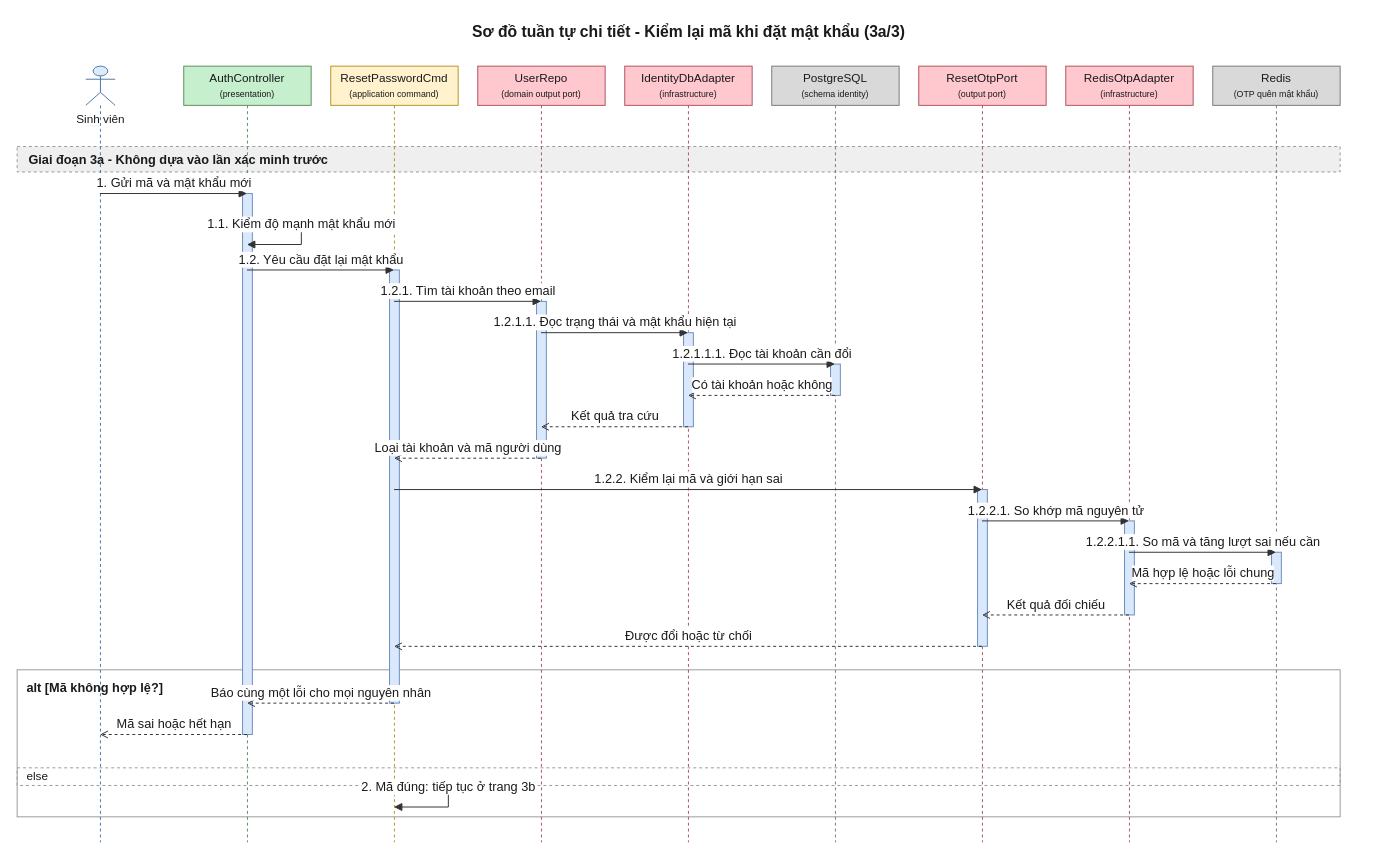
daiphu1801/PRJ_ALGOPREP keeps this draw.io diagram as 08-diagram/sequence/user/sequence_user_quen_mat_khau_otp_p3.drawio. Above is the earlier version. Source tidied: cells renumbered, new cells numbered last; positions are measured from the earlier drawing's top-left corner, leaving out a move shared by most shapes. Both pictures are drawn from the tidied source at 98%, with x=0, y=0 at pixel (17, 17).
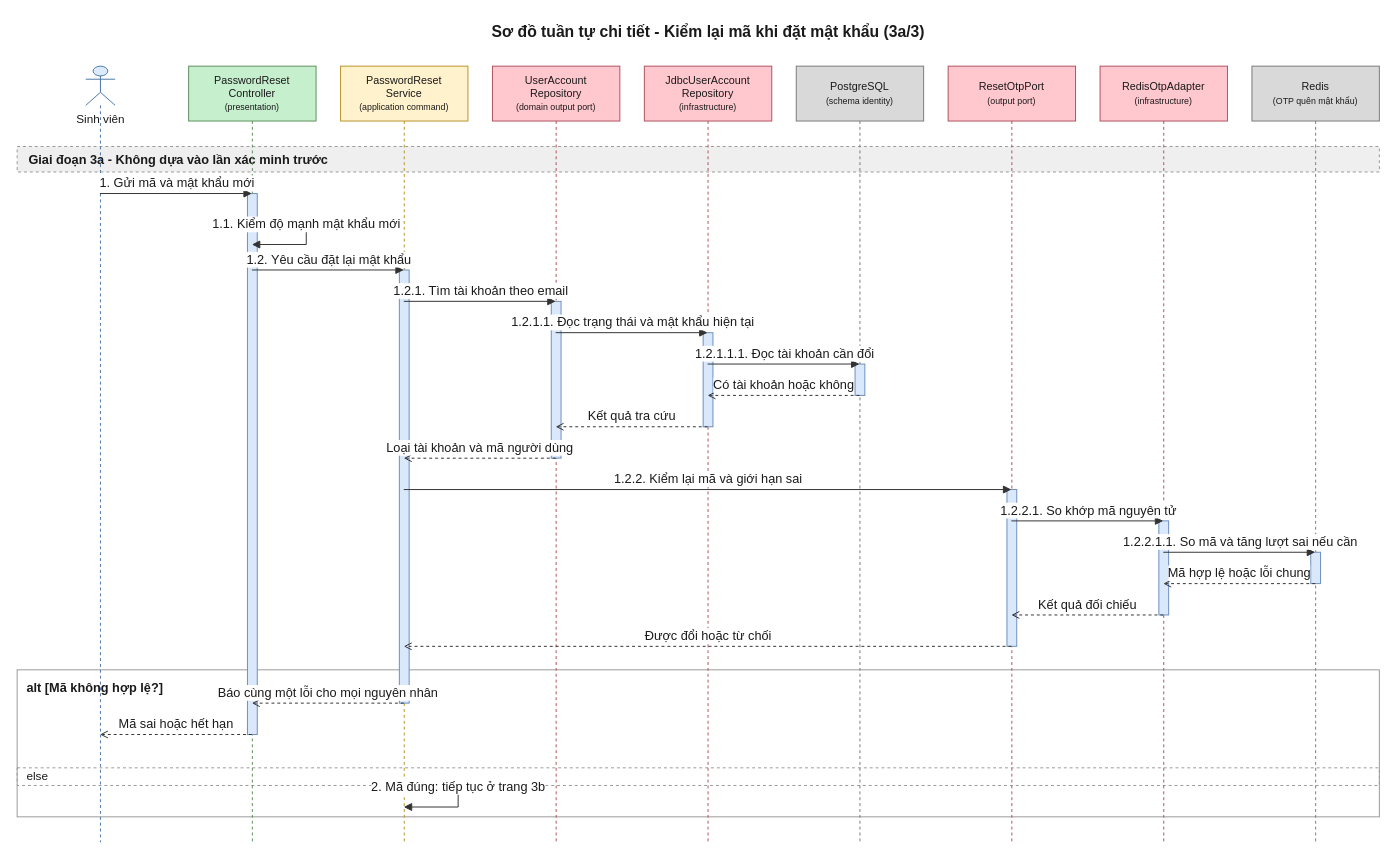
Above is the later version.

Change to the diagram source:
```diff
@@
     <mxCell id="2" value="Sơ đồ tuần tự chi tiết - Kiểm lại mã khi đặt mật khẩu (3a/3)" style="text;html=1;fontSize=16;fontStyle=1;align=center;verticalAlign=middle;fontColor=#1A1A1A;" parent="1" vertex="1">
-      <mxGeometry x="20" width="1330" height="30" as="geometry" />
+      <mxGeometry x="20" width="1370" height="30" as="geometry" />
     </mxCell>
     <mxCell id="3" value="alt [Mã không hợp lệ?]" style="algoprep=alt;rounded=0;whiteSpace=wrap;html=1;fillColor=none;strokeColor=#999999;verticalAlign=top;align=left;spacingLeft=8;spacingTop=4;fontColor=#1A1A1A;fontSize=13;fontStyle=1;dashed=0;" parent="1" vertex="1">
-      <mxGeometry y="666" width="1350" height="150" as="geometry" />
+      <mxGeometry y="666" width="1390" height="150" as="geometry" />
     </mxCell>
     <mxCell id="4" value="else" style="text;html=1;dashed=1;strokeColor=#999999;fillColor=none;align=left;verticalAlign=middle;spacingLeft=8;fontColor=#1A1A1A;fontSize=12;" parent="1" vertex="1">
-      <mxGeometry y="766" width="1350" height="18" as="geometry" />
+      <mxGeometry y="766" width="1390" height="18" as="geometry" />
     </mxCell>
     <mxCell id="5" value="Giai đoạn 3a - Không dựa vào lần xác minh trước" style="algoprep=phase;rounded=0;whiteSpace=wrap;html=1;fillColor=#EFEFEF;strokeColor=#999999;dashed=1;align=left;verticalAlign=middle;spacingLeft=10;fontColor=#1A1A1A;fontSize=13;fontStyle=1;" parent="1" vertex="1">
-      <mxGeometry y="132" width="1350" height="26" as="geometry" />
+      <mxGeometry y="132" width="1390" height="26" as="geometry" />
     </mxCell>
@@
-    <mxCell id="7" value="AuthController&lt;br&gt;&lt;font style=&quot;font-size:9px&quot;&gt;(presentation)&lt;/font&gt;" style="shape=umlLifeline;perimeter=lifelinePerimeter;whiteSpace=wrap;html=1;outlineConnect=0;size=40;fillColor=#C6EFCE;strokeColor=#5E8E5E;fontColor=#1A1A1A;" parent="1" vertex="1">
-      <mxGeometry x="170" y="50" width="130" height="792" as="geometry" />
+    <mxCell id="7" value="PasswordReset&lt;br&gt;Controller&lt;br&gt;&lt;font style=&quot;font-size:9px&quot;&gt;(presentation)&lt;/font&gt;" style="shape=umlLifeline;perimeter=lifelinePerimeter;whiteSpace=wrap;html=1;outlineConnect=0;size=56;fontSize=11;fillColor=#C6EFCE;strokeColor=#5E8E5E;fontColor=#1A1A1A;" parent="1" vertex="1">
+      <mxGeometry x="175" y="50" width="130" height="792" as="geometry" />
     </mxCell>
-    <mxCell id="8" value="ResetPasswordCmd&lt;br&gt;&lt;font style=&quot;font-size:9px&quot;&gt;(application command)&lt;/font&gt;" style="shape=umlLifeline;perimeter=lifelinePerimeter;whiteSpace=wrap;html=1;outlineConnect=0;size=40;fillColor=#FFF2CC;strokeColor=#B8952A;fontColor=#1A1A1A;" parent="1" vertex="1">
-      <mxGeometry x="320" y="50" width="130" height="792" as="geometry" />
+    <mxCell id="8" value="PasswordReset&lt;br&gt;Service&lt;br&gt;&lt;font style=&quot;font-size:9px&quot;&gt;(application command)&lt;/font&gt;" style="shape=umlLifeline;perimeter=lifelinePerimeter;whiteSpace=wrap;html=1;outlineConnect=0;size=56;fontSize=11;fillColor=#FFF2CC;strokeColor=#B8952A;fontColor=#1A1A1A;" parent="1" vertex="1">
+      <mxGeometry x="330" y="50" width="130" height="792" as="geometry" />
     </mxCell>
-    <mxCell id="9" value="UserRepo&lt;br&gt;&lt;font style=&quot;font-size:9px&quot;&gt;(domain output port)&lt;/font&gt;" style="shape=umlLifeline;perimeter=lifelinePerimeter;whiteSpace=wrap;html=1;outlineConnect=0;size=40;fillColor=#FFC7CE;strokeColor=#B0525E;fontColor=#1A1A1A;" parent="1" vertex="1">
-      <mxGeometry x="470" y="50" width="130" height="792" as="geometry" />
+    <mxCell id="9" value="UserAccount&lt;br&gt;Repository&lt;br&gt;&lt;font style=&quot;font-size:9px&quot;&gt;(domain output port)&lt;/font&gt;" style="shape=umlLifeline;perimeter=lifelinePerimeter;whiteSpace=wrap;html=1;outlineConnect=0;size=56;fontSize=11;fillColor=#FFC7CE;strokeColor=#B0525E;fontColor=#1A1A1A;" parent="1" vertex="1">
+      <mxGeometry x="485" y="50" width="130" height="792" as="geometry" />
     </mxCell>
-    <mxCell id="10" value="IdentityDbAdapter&lt;br&gt;&lt;font style=&quot;font-size:9px&quot;&gt;(infrastructure)&lt;/font&gt;" style="shape=umlLifeline;perimeter=lifelinePerimeter;whiteSpace=wrap;html=1;outlineConnect=0;size=40;fillColor=#FFC7CE;strokeColor=#B0525E;fontColor=#1A1A1A;" parent="1" vertex="1">
-      <mxGeometry x="620" y="50" width="130" height="792" as="geometry" />
+    <mxCell id="10" value="JdbcUserAccount&lt;br&gt;Repository&lt;br&gt;&lt;font style=&quot;font-size:9px&quot;&gt;(infrastructure)&lt;/font&gt;" style="shape=umlLifeline;perimeter=lifelinePerimeter;whiteSpace=wrap;html=1;outlineConnect=0;size=56;fontSize=11;fillColor=#FFC7CE;strokeColor=#B0525E;fontColor=#1A1A1A;" parent="1" vertex="1">
+      <mxGeometry x="640" y="50" width="130" height="792" as="geometry" />
     </mxCell>
-    <mxCell id="11" value="PostgreSQL&lt;br&gt;&lt;font style=&quot;font-size:9px&quot;&gt;(schema identity)&lt;/font&gt;" style="shape=umlLifeline;perimeter=lifelinePerimeter;whiteSpace=wrap;html=1;outlineConnect=0;size=40;fillColor=#D9D9D9;strokeColor=#7A7A7A;fontColor=#1A1A1A;" parent="1" vertex="1">
-      <mxGeometry x="770" y="50" width="130" height="792" as="geometry" />
+    <mxCell id="11" value="PostgreSQL&lt;br&gt;&lt;font style=&quot;font-size:9px&quot;&gt;(schema identity)&lt;/font&gt;" style="shape=umlLifeline;perimeter=lifelinePerimeter;whiteSpace=wrap;html=1;outlineConnect=0;size=56;fontSize=11;fillColor=#D9D9D9;strokeColor=#7A7A7A;fontColor=#1A1A1A;" parent="1" vertex="1">
+      <mxGeometry x="795" y="50" width="130" height="792" as="geometry" />
     </mxCell>
-    <mxCell id="12" value="ResetOtpPort&lt;br&gt;&lt;font style=&quot;font-size:9px&quot;&gt;(output port)&lt;/font&gt;" style="shape=umlLifeline;perimeter=lifelinePerimeter;whiteSpace=wrap;html=1;outlineConnect=0;size=40;fillColor=#FFC7CE;strokeColor=#B0525E;fontColor=#1A1A1A;" parent="1" vertex="1">
-      <mxGeometry x="920" y="50" width="130" height="792" as="geometry" />
+    <mxCell id="12" value="ResetOtpPort&lt;br&gt;&lt;font style=&quot;font-size:9px&quot;&gt;(output port)&lt;/font&gt;" style="shape=umlLifeline;perimeter=lifelinePerimeter;whiteSpace=wrap;html=1;outlineConnect=0;size=56;fontSize=11;fillColor=#FFC7CE;strokeColor=#B0525E;fontColor=#1A1A1A;" parent="1" vertex="1">
+      <mxGeometry x="950" y="50" width="130" height="792" as="geometry" />
     </mxCell>
-    <mxCell id="13" value="RedisOtpAdapter&lt;br&gt;&lt;font style=&quot;font-size:9px&quot;&gt;(infrastructure)&lt;/font&gt;" style="shape=umlLifeline;perimeter=lifelinePerimeter;whiteSpace=wrap;html=1;outlineConnect=0;size=40;fillColor=#FFC7CE;strokeColor=#B0525E;fontColor=#1A1A1A;" parent="1" vertex="1">
-      <mxGeometry x="1070" y="50" width="130" height="792" as="geometry" />
+    <mxCell id="13" value="RedisOtpAdapter&lt;br&gt;&lt;font style=&quot;font-size:9px&quot;&gt;(infrastructure)&lt;/font&gt;" style="shape=umlLifeline;perimeter=lifelinePerimeter;whiteSpace=wrap;html=1;outlineConnect=0;size=56;fontSize=11;fillColor=#FFC7CE;strokeColor=#B0525E;fontColor=#1A1A1A;" parent="1" vertex="1">
+      <mxGeometry x="1105" y="50" width="130" height="792" as="geometry" />
     </mxCell>
-    <mxCell id="14" value="Redis&lt;br&gt;&lt;font style=&quot;font-size:9px&quot;&gt;(OTP quên mật khẩu)&lt;/font&gt;" style="shape=umlLifeline;perimeter=lifelinePerimeter;whiteSpace=wrap;html=1;outlineConnect=0;size=40;fillColor=#D9D9D9;strokeColor=#7A7A7A;fontColor=#1A1A1A;" parent="1" vertex="1">
-      <mxGeometry x="1220" y="50" width="130" height="792" as="geometry" />
+    <mxCell id="14" value="Redis&lt;br&gt;&lt;font style=&quot;font-size:9px&quot;&gt;(OTP quên mật khẩu)&lt;/font&gt;" style="shape=umlLifeline;perimeter=lifelinePerimeter;whiteSpace=wrap;html=1;outlineConnect=0;size=56;fontSize=11;fillColor=#D9D9D9;strokeColor=#7A7A7A;fontColor=#1A1A1A;" parent="1" vertex="1">
+      <mxGeometry x="1260" y="50" width="130" height="792" as="geometry" />
     </mxCell>
@@
     <mxCell id="24" value="1.1. Kiểm độ mạnh mật khẩu mới" style="edgeStyle=orthogonalEdgeStyle;rounded=0;html=1;endArrow=block;endFill=1;strokeColor=#333333;fontColor=#1A1A1A;fontSize=13;verticalAlign=bottom;exitX=0.5;exitY=0.2045;exitDx=0;exitDy=0;entryX=0.5;entryY=0.2298;entryDx=0;entryDy=0;" parent="1" edge="1" source="7" target="7">
       <mxGeometry relative="1" as="geometry">
         <Array as="points">
-          <mxPoint x="290" y="212" />
-          <mxPoint x="290" y="232" />
+          <mxPoint x="295" y="212" />
+          <mxPoint x="295" y="232" />
         </Array>
       </mxGeometry>
     </mxCell>
@@
     <mxCell id="40" value="2. Mã đúng: tiếp tục ở trang 3b" style="edgeStyle=orthogonalEdgeStyle;rounded=0;html=1;endArrow=block;endFill=1;strokeColor=#333333;fontColor=#1A1A1A;fontSize=13;verticalAlign=bottom;exitX=0.5;exitY=0.9293;exitDx=0;exitDy=0;entryX=0.5;entryY=0.9545;entryDx=0;entryDy=0;" parent="1" edge="1" source="8" target="8">
       <mxGeometry relative="1" as="geometry">
         <Array as="points">
-          <mxPoint x="440" y="786" />
-          <mxPoint x="440" y="806" />
+          <mxPoint x="450" y="786" />
+          <mxPoint x="450" y="806" />
         </Array>
       </mxGeometry>
     </mxCell>
```
